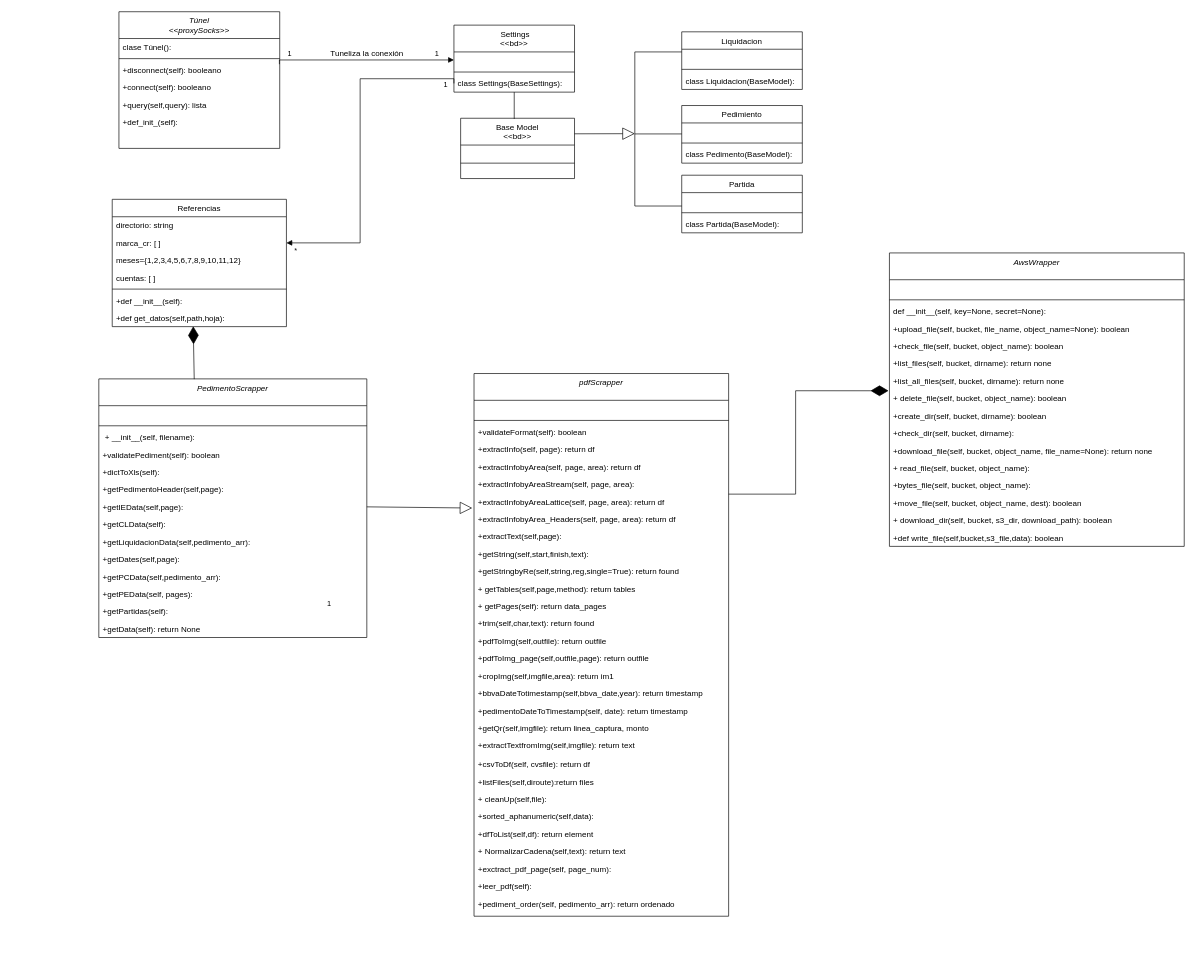
The draw.io diagram DiagramasRichemont.drawio in ArianaST/Diagramas, before the edit. Source tidied: cells renumbered, new cells numbered last; positions are measured from the earlier drawing's top-left corner, leaving out a move shared by most shapes. Both pictures are drawn from the tidied source at 67%, with x=0, y=0 at pixel (98, 11).
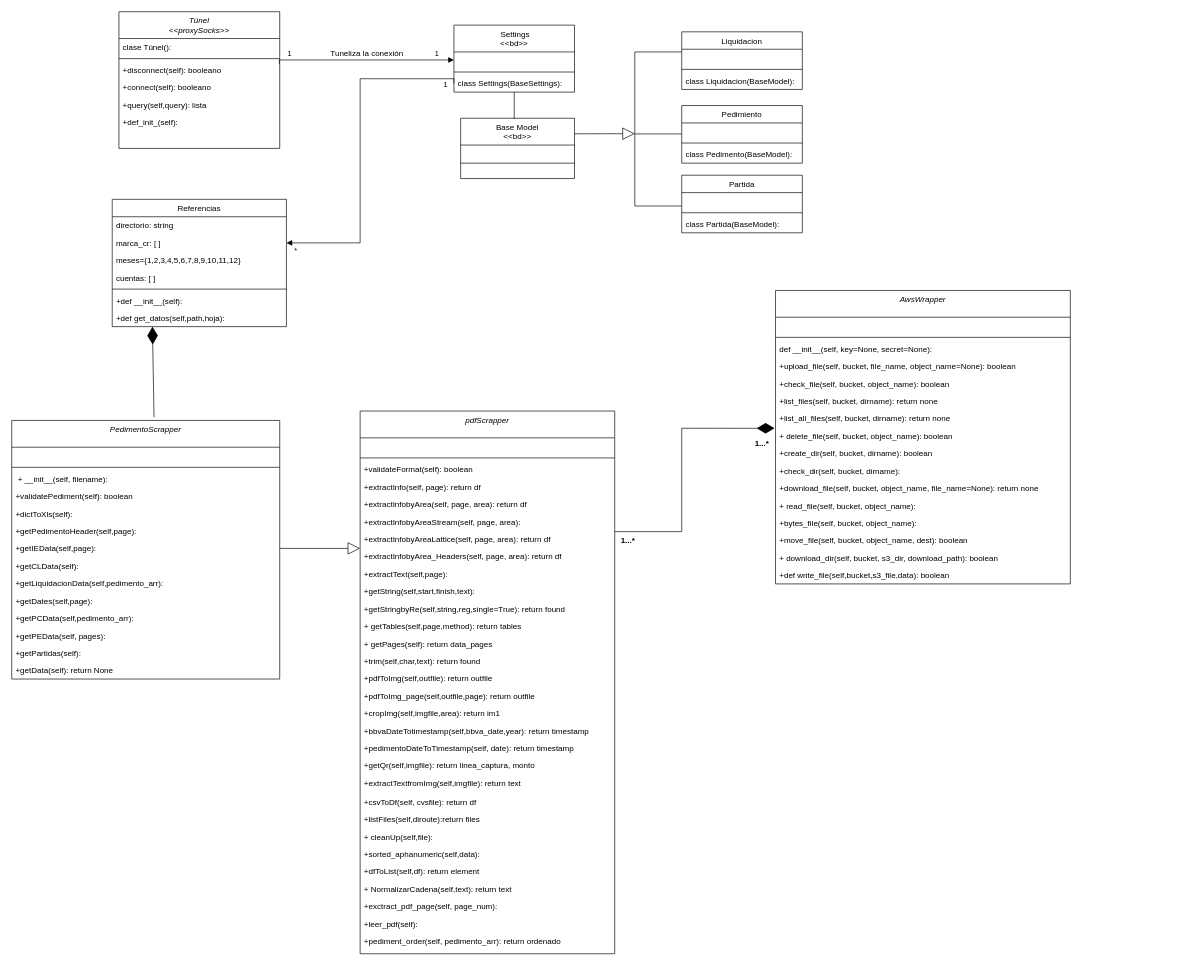
Above is the later version.

Unchanged cells that the change refers to:
```xml
<mxCell id="33" value="+ delete_file(self, bucket, object_name): boolean" style="text;align=left;verticalAlign=top;spacingLeft=4;spacingRight=4;overflow=hidden;points=[[0,0.5],[1,0.5]];portConstraint=eastwest;" parent="25" vertex="1">
  <mxGeometry y="204" width="440" height="26" as="geometry" />
</mxCell>
<mxCell id="49" value="+getIEData(self,page):" style="text;align=left;verticalAlign=top;spacingLeft=4;spacingRight=4;overflow=hidden;points=[[0,0.5],[1,0.5]];portConstraint=eastwest;" parent="42" vertex="1">
  <mxGeometry y="178" width="400" height="26" as="geometry" />
</mxCell>
<mxCell id="64" value="+extractInfobyAreaLattice(self, page, area): return df" style="text;align=left;verticalAlign=top;spacingLeft=4;spacingRight=4;overflow=hidden;points=[[0,0.5],[1,0.5]];portConstraint=eastwest;" parent="57" vertex="1">
  <mxGeometry y="178" width="380" height="26" as="geometry" />
</mxCell>
<mxCell id="95" value="+def get_datos(self,path,hoja):" style="text;align=left;verticalAlign=top;spacingLeft=4;spacingRight=4;overflow=hidden;points=[[0,0.5],[1,0.5]];portConstraint=eastwest;" parent="88" vertex="1">
  <mxGeometry y="164" width="260" height="26" as="geometry" />
</mxCell>
```

What changed in the source:
```diff
@@
     <mxCell id="25" value="AwsWrapper" style="swimlane;fontStyle=2;align=center;verticalAlign=top;horizontal=1;startSize=40;rounded=0;shadow=0;strokeWidth=1;" parent="1" vertex="1">
-      <mxGeometry x="1180" y="360" width="440" height="438" as="geometry" />
+      <mxGeometry x="1010" y="416" width="440" height="438" as="geometry" />
     </mxCell>
@@
     <mxCell id="42" value="PedimentoScrapper" style="swimlane;fontStyle=2;align=center;verticalAlign=top;horizontal=1;startSize=40;rounded=0;shadow=0;strokeWidth=1;" parent="1" vertex="1">
-      <mxGeometry y="548" width="400" height="386" as="geometry" />
+      <mxGeometry x="-130" y="610" width="400" height="386" as="geometry" />
     </mxCell>
@@
     <mxCell id="57" value="pdfScrapper" style="swimlane;fontStyle=2;align=center;verticalAlign=top;horizontal=1;startSize=40;rounded=0;shadow=0;strokeWidth=1;" parent="1" vertex="1">
-      <mxGeometry x="560" y="540" width="380" height="810" as="geometry" />
+      <mxGeometry x="390" y="596" width="380" height="810" as="geometry" />
     </mxCell>
@@
-    <mxCell id="104" style="endArrow=block;endSize=16;endFill=0;html=1;rounded=0;exitX=1;exitY=0.5;exitDx=0;exitDy=0;entryX=-0.007;entryY=0.875;entryDx=0;entryDy=0;entryPerimeter=0;" parent="1" edge="1" source="49" target="64">
-      <mxGeometry relative="1" as="geometry" />
+    <mxCell id="104" style="endArrow=block;endSize=16;endFill=0;html=1;rounded=0;exitX=1;exitY=0.5;exitDx=0;exitDy=0;" parent="1" edge="1" source="49">
+      <mxGeometry relative="1" as="geometry">
+        <mxPoint x="390" y="801" as="targetPoint" />
+      </mxGeometry>
     </mxCell>
@@
-    <mxCell id="112" value="1" style="edgeLabel;html=1;align=left;verticalAlign=bottom;" parent="1" vertex="1">
-      <mxGeometry x="289.5" y="80.3" as="geometry">
-        <mxPoint x="49" y="811" as="offset" />
-      </mxGeometry>
-    </mxCell>
@@
     <mxCell id="114" style="endArrow=diamondThin;endFill=1;endSize=24;html=1;rounded=0;entryX=-0.003;entryY=0.067;entryDx=0;entryDy=0;entryPerimeter=0;edgeStyle=orthogonalEdgeStyle;" parent="1" edge="1" target="33">
       <mxGeometry relative="1" as="geometry">
-        <mxPoint x="940" y="720" as="sourcePoint" />
+        <mxPoint x="770" y="776" as="sourcePoint" />
         <Array as="points">
-          <mxPoint x="1040" y="720" />
-          <mxPoint x="1040" y="566" />
+          <mxPoint x="870" y="776" />
+          <mxPoint x="870" y="622" />
         </Array>
       </mxGeometry>
     </mxCell>
-    <mxCell id="115" style="endArrow=diamondThin;endFill=1;endSize=24;html=1;rounded=0;exitX=0.356;exitY=0.001;exitDx=0;exitDy=0;exitPerimeter=0;entryX=0.465;entryY=0.981;entryDx=0;entryDy=0;entryPerimeter=0;" parent="1" edge="1" source="42" target="95">
-      <mxGeometry relative="1" as="geometry" />
+    <mxCell id="115" style="endArrow=diamondThin;endFill=1;endSize=24;html=1;rounded=0;exitX=0.531;exitY=-0.012;exitDx=0;exitDy=0;exitPerimeter=0;" parent="1" edge="1" source="42">
+      <mxGeometry relative="1" as="geometry">
+        <mxPoint x="80" y="470" as="targetPoint" />
+      </mxGeometry>
     </mxCell>
+    <mxCell id="116" value="1...*" style="text;align=center;fontStyle=1;verticalAlign=middle;spacingLeft=3;spacingRight=3;strokeColor=none;" parent="1" vertex="1">
+      <mxGeometry x="750" y="776" width="80" height="26" as="geometry" />
+    </mxCell>
+    <mxCell id="117" value="1...*" style="text;align=center;fontStyle=1;verticalAlign=middle;spacingLeft=3;spacingRight=3;strokeColor=none;" parent="1" vertex="1">
+      <mxGeometry x="950" y="630.5" width="80" height="26" as="geometry" />
+    </mxCell>
```
